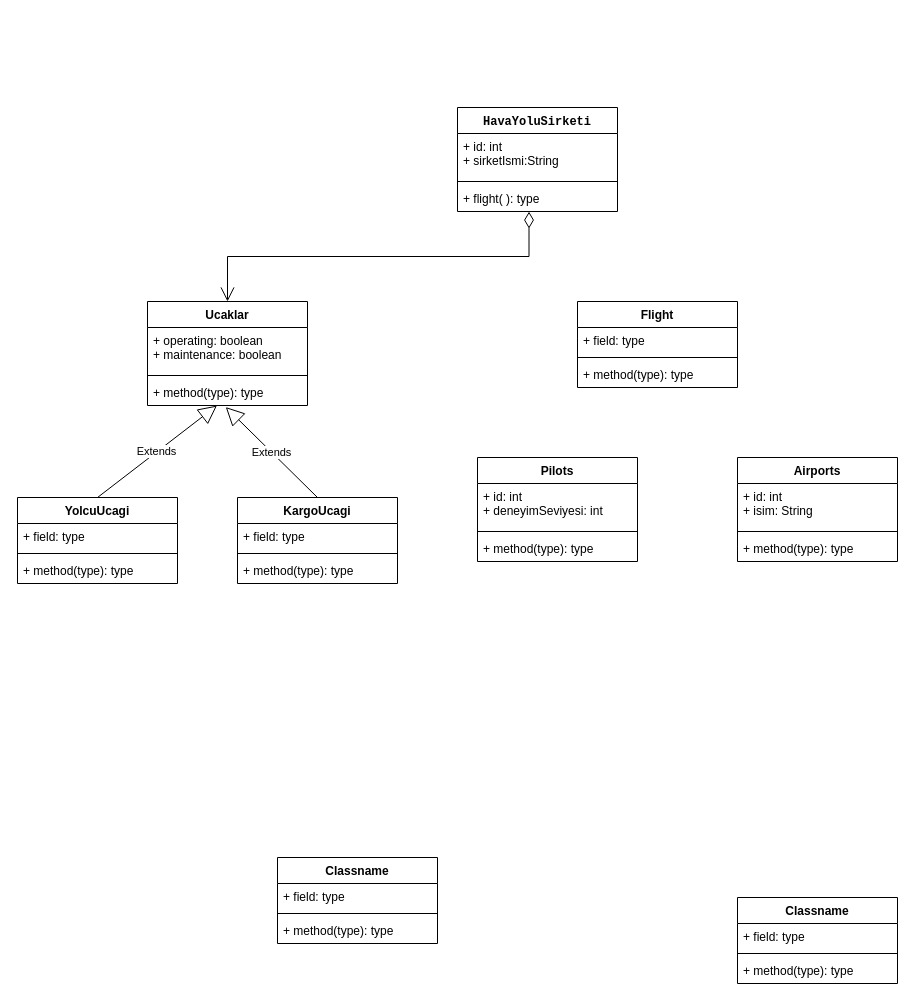
Above: uml/class-diagrams/flight-management-system.drawio in tunisch/object-oriented-programming (draw.io), before the change. Source tidied: cells renumbered, new cells numbered last; positions are measured from the earlier drawing's top-left corner, leaving out a move shared by most shapes. Both pictures are drawn from the tidied source at 100%, with x=0, y=0 at pixel (17, 107).
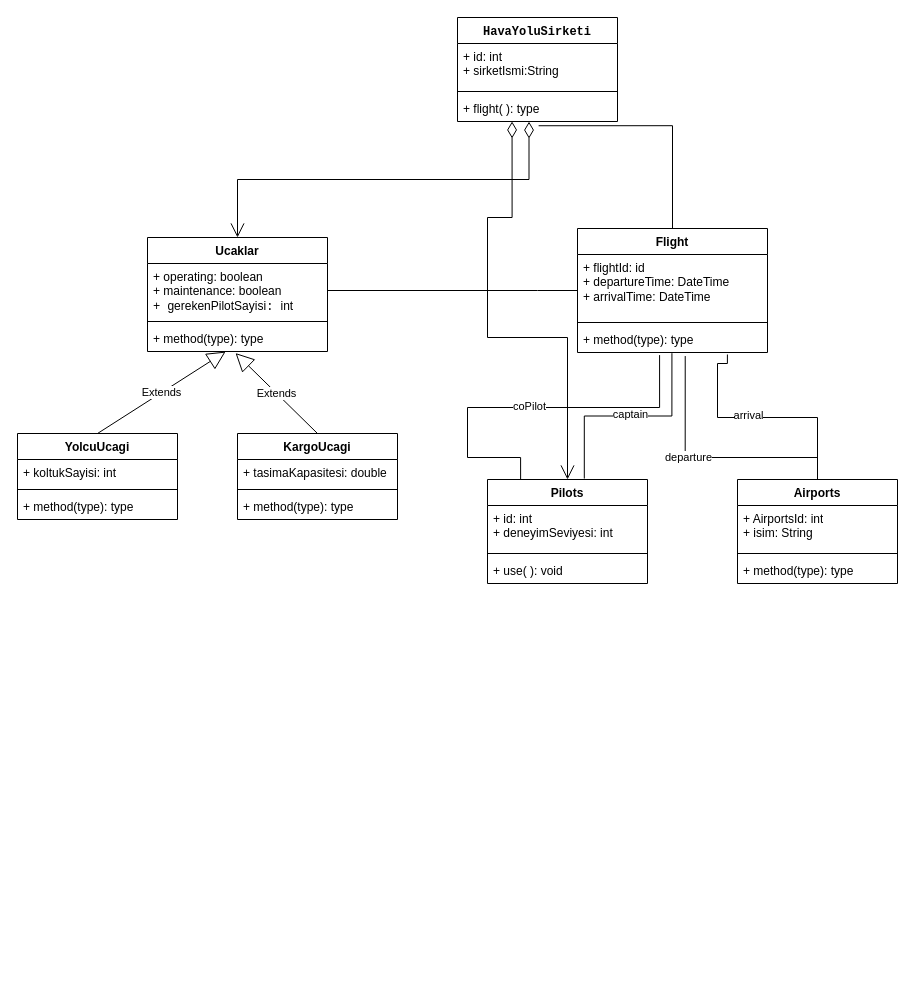
The same diagram, later.

The change refers to these unchanged cells:
```xml
<mxCell id="9" value="+ flight( ): type" style="text;strokeColor=none;fillColor=none;align=left;verticalAlign=top;spacingLeft=4;spacingRight=4;overflow=hidden;points=[[0,0.5],[1,0.5]];portConstraint=eastwest;whiteSpace=wrap;html=1;" parent="6" vertex="1">
  <mxGeometry y="78" width="160" height="26" as="geometry" />
</mxCell>
```

Diff of the diagram source:
```diff
@@
     <mxCell id="2" value="Flight" style="swimlane;fontStyle=1;align=center;verticalAlign=top;horizontal=1;startSize=26;whiteSpace=wrap;html=1;" parent="1" vertex="1">
-      <mxGeometry x="560" y="194" width="160" height="86" as="geometry" />
+      <mxGeometry x="560" y="121" width="190" height="124" as="geometry" />
     </mxCell>
-    <mxCell id="3" value="+ field: type" style="text;strokeColor=none;fillColor=none;align=left;verticalAlign=top;spacingLeft=4;spacingRight=4;overflow=hidden;points=[[0,0.5],[1,0.5]];portConstraint=eastwest;whiteSpace=wrap;html=1;" parent="2" vertex="1">
-      <mxGeometry y="26" width="160" height="26" as="geometry" />
+    <mxCell id="3" value="+ flightId: id&lt;div&gt;+ departureTime: DateTime&amp;nbsp;&lt;/div&gt;&lt;div&gt;+ arrivalTime: DateTime&lt;/div&gt;" style="text;strokeColor=none;fillColor=none;align=left;verticalAlign=top;spacingLeft=4;spacingRight=4;overflow=hidden;points=[[0,0.5],[1,0.5]];portConstraint=eastwest;whiteSpace=wrap;html=1;" parent="2" vertex="1">
+      <mxGeometry y="26" width="190" height="64" as="geometry" />
     </mxCell>
     <mxCell id="4" style="line;strokeWidth=1;fillColor=none;align=left;verticalAlign=middle;spacingTop=-1;spacingLeft=3;spacingRight=3;labelPosition=right;strokeColor=inherit;" parent="2" vertex="1">
-      <mxGeometry y="52" width="160" height="8" as="geometry" />
+      <mxGeometry y="90" width="190" height="8" as="geometry" />
     </mxCell>
     <mxCell id="5" value="+ method(type): type" style="text;strokeColor=none;fillColor=none;align=left;verticalAlign=top;spacingLeft=4;spacingRight=4;overflow=hidden;points=[[0,0.5],[1,0.5]];portConstraint=eastwest;whiteSpace=wrap;html=1;" parent="2" vertex="1">
-      <mxGeometry y="60" width="160" height="26" as="geometry" />
+      <mxGeometry y="98" width="190" height="26" as="geometry" />
     </mxCell>
     <mxCell id="6" value="&lt;code&gt;HavaYoluSirketi&lt;/code&gt;" style="swimlane;fontStyle=1;align=center;verticalAlign=top;horizontal=1;startSize=26;whiteSpace=wrap;html=1;" parent="1" vertex="1">
-      <mxGeometry x="440" width="160" height="104" as="geometry" />
+      <mxGeometry x="440" y="-90" width="160" height="104" as="geometry" />
     </mxCell>
@@
     <mxCell id="10" value="YolcuUcagi" style="swimlane;fontStyle=1;align=center;verticalAlign=top;horizontal=1;startSize=26;whiteSpace=wrap;html=1;" parent="1" vertex="1">
-      <mxGeometry y="390" width="160" height="86" as="geometry" />
+      <mxGeometry y="326" width="160" height="86" as="geometry" />
     </mxCell>
-    <mxCell id="11" value="+ field: type" style="text;strokeColor=none;fillColor=none;align=left;verticalAlign=top;spacingLeft=4;spacingRight=4;overflow=hidden;whiteSpace=wrap;html=1;" parent="10" vertex="1">
+    <mxCell id="11" value="+ koltukSayisi: int" style="text;strokeColor=none;fillColor=none;align=left;verticalAlign=top;spacingLeft=4;spacingRight=4;overflow=hidden;whiteSpace=wrap;html=1;" parent="10" vertex="1">
       <mxGeometry y="26" width="160" height="26" as="geometry" />
     </mxCell>
@@
-    <mxCell id="14" value="Classname" style="swimlane;fontStyle=1;align=center;verticalAlign=top;horizontal=1;startSize=26;whiteSpace=wrap;html=1;" parent="1" vertex="1">
-      <mxGeometry x="260" y="750" width="160" height="86" as="geometry" />
-    </mxCell>
-    <mxCell id="15" value="+ field: type" style="text;strokeColor=none;fillColor=none;align=left;verticalAlign=top;spacingLeft=4;spacingRight=4;overflow=hidden;whiteSpace=wrap;html=1;" parent="14" vertex="1">
-      <mxGeometry y="26" width="160" height="26" as="geometry" />
-    </mxCell>
-    <mxCell id="16" style="line;strokeWidth=1;fillColor=none;align=left;verticalAlign=middle;spacingTop=-1;spacingLeft=3;spacingRight=3;labelPosition=right;strokeColor=inherit;" parent="14" vertex="1">
-      <mxGeometry y="52" width="160" height="8" as="geometry" />
-    </mxCell>
-    <mxCell id="17" value="+ method(type): type" style="text;strokeColor=none;fillColor=none;align=left;verticalAlign=top;spacingLeft=4;spacingRight=4;overflow=hidden;whiteSpace=wrap;html=1;" parent="14" vertex="1">
-      <mxGeometry y="60" width="160" height="26" as="geometry" />
-    </mxCell>
-    <mxCell id="18" value="Classname" style="swimlane;fontStyle=1;align=center;verticalAlign=top;horizontal=1;startSize=26;whiteSpace=wrap;html=1;" parent="1" vertex="1">
-      <mxGeometry x="720" y="790" width="160" height="86" as="geometry" />
-    </mxCell>
-    <mxCell id="19" value="+ field: type" style="text;strokeColor=none;fillColor=none;align=left;verticalAlign=top;spacingLeft=4;spacingRight=4;overflow=hidden;whiteSpace=wrap;html=1;" parent="18" vertex="1">
-      <mxGeometry y="26" width="160" height="26" as="geometry" />
-    </mxCell>
-    <mxCell id="20" style="line;strokeWidth=1;fillColor=none;align=left;verticalAlign=middle;spacingTop=-1;spacingLeft=3;spacingRight=3;labelPosition=right;strokeColor=inherit;" parent="18" vertex="1">
-      <mxGeometry y="52" width="160" height="8" as="geometry" />
-    </mxCell>
-    <mxCell id="21" value="+ method(type): type" style="text;strokeColor=none;fillColor=none;align=left;verticalAlign=top;spacingLeft=4;spacingRight=4;overflow=hidden;whiteSpace=wrap;html=1;" parent="18" vertex="1">
-      <mxGeometry y="60" width="160" height="26" as="geometry" />
-    </mxCell>
     <mxCell id="22" value="Airports" style="swimlane;fontStyle=1;align=center;verticalAlign=top;horizontal=1;startSize=26;whiteSpace=wrap;html=1;" parent="1" vertex="1">
-      <mxGeometry x="720" y="350" width="160" height="104" as="geometry" />
+      <mxGeometry x="720" y="372" width="160" height="104" as="geometry" />
     </mxCell>
-    <mxCell id="23" value="+ id: int&lt;div&gt;+ isim: String&lt;/div&gt;" style="text;strokeColor=none;fillColor=none;align=left;verticalAlign=top;spacingLeft=4;spacingRight=4;overflow=hidden;whiteSpace=wrap;html=1;" parent="22" vertex="1">
+    <mxCell id="23" value="+ AirportsId: int&lt;div&gt;+ isim: String&lt;/div&gt;" style="text;strokeColor=none;fillColor=none;align=left;verticalAlign=top;spacingLeft=4;spacingRight=4;overflow=hidden;whiteSpace=wrap;html=1;" parent="22" vertex="1">
       <mxGeometry y="26" width="160" height="44" as="geometry" />
     </mxCell>
@@
     <mxCell id="26" value="Pilots" style="swimlane;fontStyle=1;align=center;verticalAlign=top;horizontal=1;startSize=26;whiteSpace=wrap;html=1;" parent="1" vertex="1">
-      <mxGeometry x="460" y="350" width="160" height="104" as="geometry" />
+      <mxGeometry x="470" y="372" width="160" height="104" as="geometry" />
     </mxCell>
@@
-    <mxCell id="29" value="+ method(type): type" style="text;strokeColor=none;fillColor=none;align=left;verticalAlign=top;spacingLeft=4;spacingRight=4;overflow=hidden;whiteSpace=wrap;html=1;" parent="26" vertex="1">
+    <mxCell id="29" value="+ use( ): void" style="text;strokeColor=none;fillColor=none;align=left;verticalAlign=top;spacingLeft=4;spacingRight=4;overflow=hidden;whiteSpace=wrap;html=1;" parent="26" vertex="1">
       <mxGeometry y="78" width="160" height="26" as="geometry" />
     </mxCell>
     <mxCell id="30" value="Ucaklar" style="swimlane;fontStyle=1;align=center;verticalAlign=top;horizontal=1;startSize=26;whiteSpace=wrap;html=1;" parent="1" vertex="1">
-      <mxGeometry x="130" y="194" width="160" height="104" as="geometry" />
+      <mxGeometry x="130" y="130" width="180" height="114" as="geometry" />
     </mxCell>
-    <mxCell id="31" value="+ operating: boolean&lt;div&gt;+&amp;nbsp;maintenance: boolean&lt;/div&gt;" style="text;strokeColor=none;fillColor=none;align=left;verticalAlign=top;spacingLeft=4;spacingRight=4;overflow=hidden;points=[[0,0.5],[1,0.5]];portConstraint=eastwest;whiteSpace=wrap;html=1;" parent="30" vertex="1">
-      <mxGeometry y="26" width="160" height="44" as="geometry" />
+    <mxCell id="31" value="+ operating: boolean&lt;div&gt;+&amp;nbsp;maintenance: boolean&lt;/div&gt;&lt;div&gt;&lt;code&gt;+&amp;nbsp;&lt;font face=&quot;Helvetica&quot;&gt;gerekenPilotSayisi&lt;/font&gt;:&amp;nbsp;&lt;/code&gt;&lt;span style=&quot;background-color: transparent; color: light-dark(rgb(0, 0, 0), rgb(255, 255, 255));&quot;&gt;int&lt;/span&gt;&lt;/div&gt;" style="text;strokeColor=none;fillColor=none;align=left;verticalAlign=top;spacingLeft=4;spacingRight=4;overflow=hidden;points=[[0,0.5],[1,0.5]];portConstraint=eastwest;whiteSpace=wrap;html=1;" parent="30" vertex="1">
+      <mxGeometry y="26" width="180" height="54" as="geometry" />
     </mxCell>
     <mxCell id="32" style="line;strokeWidth=1;fillColor=none;align=left;verticalAlign=middle;spacingTop=-1;spacingLeft=3;spacingRight=3;labelPosition=right;strokeColor=inherit;" parent="30" vertex="1">
-      <mxGeometry y="70" width="160" height="8" as="geometry" />
+      <mxGeometry y="80" width="180" height="8" as="geometry" />
     </mxCell>
     <mxCell id="33" value="+ method(type): type" style="text;strokeColor=none;fillColor=none;align=left;verticalAlign=top;spacingLeft=4;spacingRight=4;overflow=hidden;points=[[0,0.5],[1,0.5]];portConstraint=eastwest;whiteSpace=wrap;html=1;" parent="30" vertex="1">
-      <mxGeometry y="78" width="160" height="26" as="geometry" />
+      <mxGeometry y="88" width="180" height="26" as="geometry" />
     </mxCell>
     <mxCell id="34" value="KargoUcagi" style="swimlane;fontStyle=1;align=center;verticalAlign=top;horizontal=1;startSize=26;whiteSpace=wrap;html=1;" parent="1" vertex="1">
-      <mxGeometry x="220" y="390" width="160" height="86" as="geometry" />
+      <mxGeometry x="220" y="326" width="160" height="86" as="geometry" />
     </mxCell>
-    <mxCell id="35" value="+ field: type" style="text;strokeColor=none;fillColor=none;align=left;verticalAlign=top;spacingLeft=4;spacingRight=4;overflow=hidden;whiteSpace=wrap;html=1;" parent="34" vertex="1">
+    <mxCell id="35" value="+ tasimaKapasitesi: double" style="text;strokeColor=none;fillColor=none;align=left;verticalAlign=top;spacingLeft=4;spacingRight=4;overflow=hidden;whiteSpace=wrap;html=1;" parent="34" vertex="1">
       <mxGeometry y="26" width="160" height="26" as="geometry" />
     </mxCell>
@@
+    <mxCell id="41" style="endArrow=none;html=1;edgeStyle=orthogonalEdgeStyle;rounded=0;exitX=0.497;exitY=1.027;exitDx=0;exitDy=0;exitPerimeter=0;entryX=0.605;entryY=-0.009;entryDx=0;entryDy=0;entryPerimeter=0;" parent="1" edge="1" source="5" target="26">
+      <mxGeometry relative="1" as="geometry" />
+    </mxCell>
+    <mxCell id="42" value="captain" style="edgeLabel;html=1;align=center;verticalAlign=middle;" parent="41" vertex="1">
+      <mxGeometry x="-0.01" y="-2" relative="1" as="geometry" />
+    </mxCell>
+    <mxCell id="43" style="endArrow=none;html=1;edgeStyle=orthogonalEdgeStyle;rounded=0;exitX=0.432;exitY=1.1;exitDx=0;exitDy=0;entryX=0.207;entryY=0;entryDx=0;entryDy=0;entryPerimeter=0;exitPerimeter=0;" parent="1" edge="1" source="5" target="26">
+      <mxGeometry relative="1" as="geometry">
+        <Array as="points">
+          <mxPoint x="642" y="300" />
+          <mxPoint x="450" y="300" />
+          <mxPoint x="450" y="350" />
+          <mxPoint x="503" y="350" />
+        </Array>
+      </mxGeometry>
+    </mxCell>
+    <mxCell id="44" value="coPilot" style="edgeLabel;html=1;align=center;verticalAlign=middle;" parent="43" vertex="1">
+      <mxGeometry x="-0.01" y="-2" relative="1" as="geometry" />
+    </mxCell>
+    <mxCell id="45" style="endArrow=none;html=1;edgeStyle=orthogonalEdgeStyle;rounded=0;exitX=0.5;exitY=0;exitDx=0;exitDy=0;entryX=0.567;entryY=1.137;entryDx=0;entryDy=0;entryPerimeter=0;" parent="1" edge="1" source="22" target="5">
+      <mxGeometry relative="1" as="geometry">
+        <Array as="points">
+          <mxPoint x="800" y="350" />
+          <mxPoint x="668" y="350" />
+        </Array>
+      </mxGeometry>
+    </mxCell>
+    <mxCell id="46" value="departure" style="edgeLabel;html=1;align=center;verticalAlign=middle;" parent="45" vertex="1">
+      <mxGeometry x="0.19" y="-1" relative="1" as="geometry" />
+    </mxCell>
+    <mxCell id="47" style="endArrow=none;html=1;edgeStyle=orthogonalEdgeStyle;rounded=0;exitX=0.5;exitY=0;exitDx=0;exitDy=0;entryX=0.789;entryY=1.077;entryDx=0;entryDy=0;entryPerimeter=0;" parent="1" edge="1" source="22" target="5">
+      <mxGeometry relative="1" as="geometry">
+        <Array as="points">
+          <mxPoint x="800" y="310" />
+          <mxPoint x="700" y="310" />
+          <mxPoint x="700" y="256" />
+        </Array>
+      </mxGeometry>
+    </mxCell>
+    <mxCell id="48" value="arrival" style="edgeLabel;html=1;align=center;verticalAlign=middle;" parent="47" vertex="1">
+      <mxGeometry x="0.12" y="-3" relative="1" as="geometry" />
+    </mxCell>
+    <mxCell id="49" style="endArrow=open;html=1;endSize=12;startArrow=diamondThin;startSize=14;startFill=0;edgeStyle=orthogonalEdgeStyle;align=left;verticalAlign=bottom;rounded=0;entryX=0.5;entryY=0;entryDx=0;entryDy=0;exitX=0.341;exitY=0.998;exitDx=0;exitDy=0;exitPerimeter=0;" parent="1" edge="1" source="9" target="26">
+      <mxGeometry x="-1" y="3" relative="1" as="geometry">
+        <Array as="points">
+          <mxPoint x="495" y="110" />
+          <mxPoint x="470" y="110" />
+          <mxPoint x="470" y="230" />
+          <mxPoint x="550" y="230" />
+        </Array>
+      </mxGeometry>
+    </mxCell>
+    <mxCell id="50" style="endArrow=none;html=1;edgeStyle=orthogonalEdgeStyle;rounded=0;exitX=0.507;exitY=1.163;exitDx=0;exitDy=0;exitPerimeter=0;entryX=0.5;entryY=0;entryDx=0;entryDy=0;" parent="1" edge="1" source="9" target="2">
+      <mxGeometry relative="1" as="geometry" />
+    </mxCell>
+    <mxCell id="51" style="endArrow=none;html=1;edgeStyle=orthogonalEdgeStyle;rounded=0;exitX=1;exitY=0.5;exitDx=0;exitDy=0;" parent="1" edge="1" source="31" target="3">
+      <mxGeometry relative="1" as="geometry">
+        <Array as="points">
+          <mxPoint x="520" y="183" />
+          <mxPoint x="520" y="183" />
+        </Array>
+      </mxGeometry>
+    </mxCell>
```
